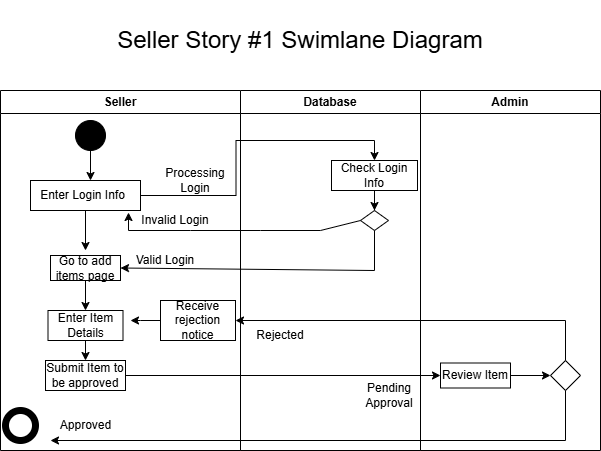
Earlier version of the draw.io export Diagrams/Seller1Swimlane.png (Njscott03/IntroSE2025). Source tidied: cells renumbered, new cells last; positions are measured from the earlier drawing's top-left corner, leaving out a move shared by most shapes.
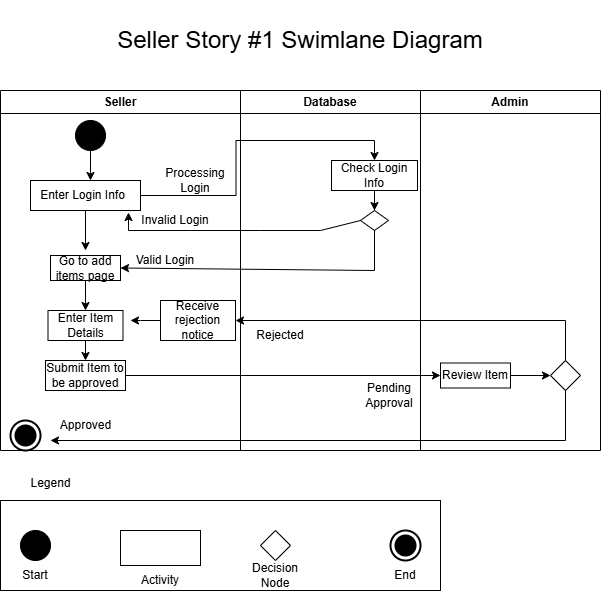
After the commit.

Commit message:
#5: Eddited Sequence and Activity diagrams for Seller Story 1 to have legend.

Change to the diagram source:
```diff
@@ -11,9 +11,6 @@
     <mxCell id="4" style="ellipse;whiteSpace=wrap;html=1;fillColor=light-dark(#000000,var(--ge-dark-color, #121212));" parent="2" vertex="1">
       <mxGeometry x="75" y="30" width="30" height="30" as="geometry" />
     </mxCell>
-    <mxCell id="5" style="ellipse;whiteSpace=wrap;html=1;shadow=0;perimeterSpacing=10;strokeWidth=7;gradientDirection=radial;" parent="2" vertex="1">
-      <mxGeometry x="5" y="320" width="30" height="30" as="geometry" />
-    </mxCell>
     <mxCell id="6" style="endArrow=classic;html=1;rounded=0;exitX=0.5;exitY=1;exitDx=0;exitDy=0;" parent="2" edge="1" source="4">
       <mxGeometry relative="1" as="geometry">
         <mxPoint x="90" y="90" as="targetPoint" />
@@ -64,6 +61,9 @@
     <mxCell id="19" value="Valid Login" style="text;html=1;align=center;verticalAlign=middle;whiteSpace=wrap;rounded=0;" parent="2" vertex="1">
       <mxGeometry x="130" y="160" width="70" height="20" as="geometry" />
     </mxCell>
+    <mxCell id="37" style="html=1;shape=mxgraph.sysml.actFinal;strokeWidth=2;verticalLabelPosition=bottom;verticalAlignment=top;" parent="2" vertex="1">
+      <mxGeometry x="10" y="330" width="30" height="30" as="geometry" />
+    </mxCell>
     <mxCell id="20" value="Admin" style="swimlane;whiteSpace=wrap;html=1;" parent="1" vertex="1">
       <mxGeometry x="420" y="90" width="180" height="360" as="geometry" />
     </mxCell>
@@ -135,5 +135,35 @@
     <mxCell id="36" value="&lt;font style=&quot;font-size: 24px;&quot;&gt;Seller Story #1 Swimlane Diagram&lt;/font&gt;" style="text;html=1;align=center;verticalAlign=middle;whiteSpace=wrap;rounded=0;" parent="1" vertex="1">
       <mxGeometry x="110" width="380" height="80" as="geometry" />
     </mxCell>
+    <mxCell id="38" style="rounded=0;whiteSpace=wrap;html=1;" parent="1" vertex="1">
+      <mxGeometry y="500" width="440" height="90" as="geometry" />
+    </mxCell>
+    <mxCell id="39" value="Legend" style="text;html=1;align=center;verticalAlign=middle;strokeColor=none;fillColor=none;" parent="1" vertex="1">
+      <mxGeometry x="20" y="468" width="60" height="30" as="geometry" />
+    </mxCell>
+    <mxCell id="40" style="html=1;shape=mxgraph.sysml.actFinal;strokeWidth=2;verticalLabelPosition=bottom;verticalAlignment=top;" parent="1" vertex="1">
+      <mxGeometry x="390" y="530" width="30" height="30" as="geometry" />
+    </mxCell>
+    <mxCell id="41" value="End" style="text;html=1;align=center;verticalAlign=middle;whiteSpace=wrap;rounded=0;" parent="1" vertex="1">
+      <mxGeometry x="375" y="560" width="60" height="30" as="geometry" />
+    </mxCell>
+    <mxCell id="42" style="ellipse;whiteSpace=wrap;html=1;fillColor=light-dark(#000000,var(--ge-dark-color, #121212));" parent="1" vertex="1">
+      <mxGeometry x="20" y="530" width="30" height="30" as="geometry" />
+    </mxCell>
+    <mxCell id="43" value="Start" style="text;html=1;align=center;verticalAlign=middle;whiteSpace=wrap;rounded=0;" parent="1" vertex="1">
+      <mxGeometry x="5" y="560" width="60" height="30" as="geometry" />
+    </mxCell>
+    <mxCell id="44" style="rounded=0;whiteSpace=wrap;html=1;" parent="1" vertex="1">
+      <mxGeometry x="120" y="530" width="80" height="35" as="geometry" />
+    </mxCell>
+    <mxCell id="45" value="Activity" style="text;html=1;align=center;verticalAlign=middle;whiteSpace=wrap;rounded=0;" parent="1" vertex="1">
+      <mxGeometry x="130" y="565" width="60" height="30" as="geometry" />
+    </mxCell>
+    <mxCell id="46" style="rhombus;whiteSpace=wrap;html=1;" parent="1" vertex="1">
+      <mxGeometry x="260" y="530" width="30" height="30" as="geometry" />
+    </mxCell>
+    <mxCell id="47" value="Decision Node" style="text;html=1;align=center;verticalAlign=middle;whiteSpace=wrap;rounded=0;" parent="1" vertex="1">
+      <mxGeometry x="245" y="560" width="60" height="30" as="geometry" />
+    </mxCell>
   </root>
 </mxGraphModel>
```
